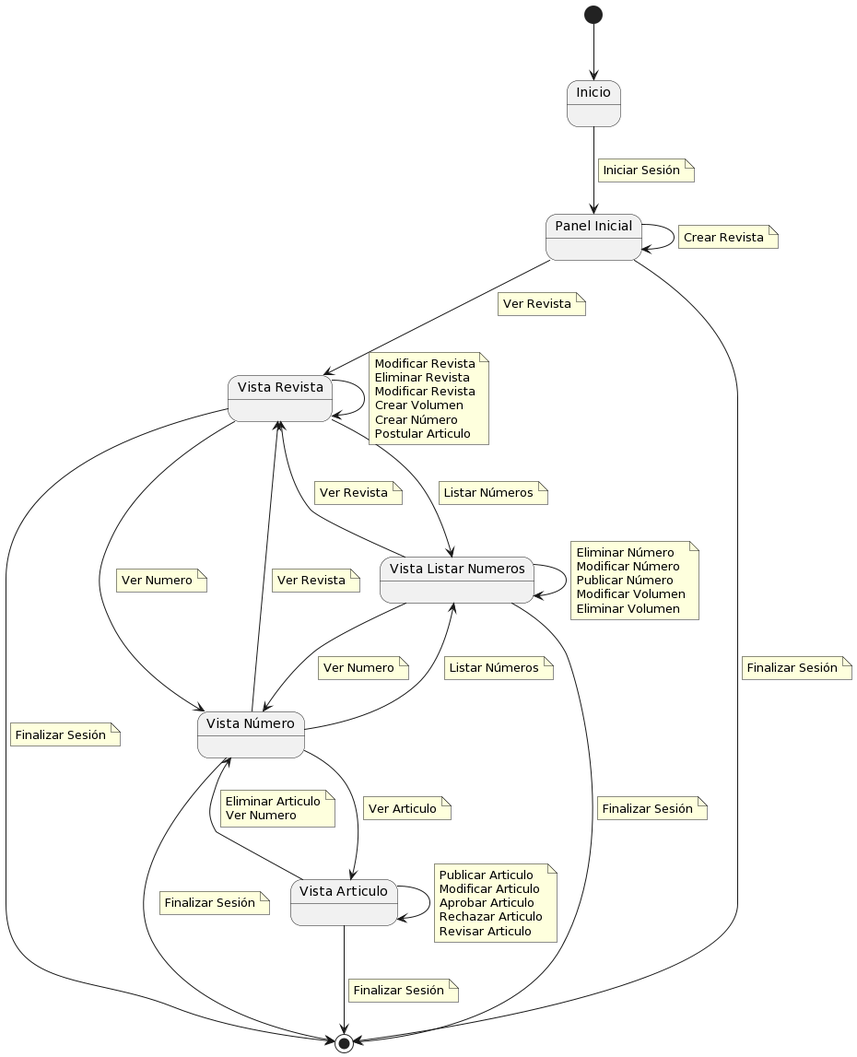
Earlier version of the PlantUML export 000-entregas/Grupo4/ProyectoEditorial/CasosDeUso/EncontrarCasosDeUso/images/DiagramaDeContexto.png (mmasias/IdSw1-22-23).
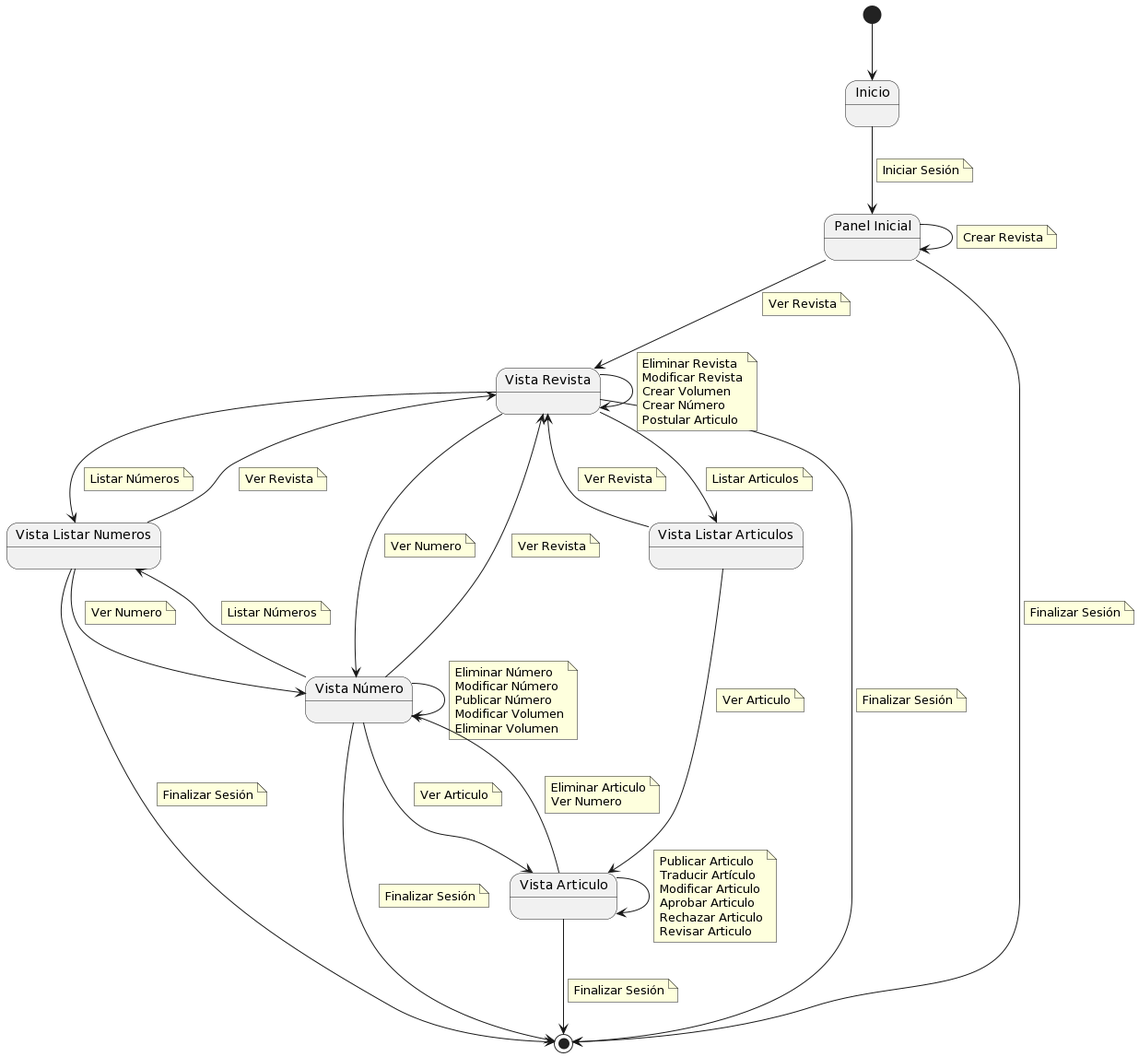
The same file after the commit.

Commit message:
Actualizado detalles de casos de uso y diagrama de contexto

What changed in the source:
```diff
@@ -3,6 +3,7 @@
 State "Panel Inicial" as admin
 State "Vista Revista" as revista
 State "Vista Listar Numeros" as volumenesYNumeros
+State "Vista Listar Articulos" as ListarArticulos
 State "Vista Número" as Articulos
 State "Vista Articulo" as Articulo
 
@@ -75,7 +76,6 @@
 
 revista --> revista
 note on link
-    Modificar Revista
     Eliminar Revista
     Modificar Revista
     Crear Volumen
@@ -83,7 +83,7 @@
     Postular Articulo
 end note
 
-volumenesYNumeros --> volumenesYNumeros
+Articulos --> Articulos
 note on link
     Eliminar Número
     Modificar Número
@@ -107,9 +107,25 @@
 Articulo --> Articulo
 note on link
     Publicar Articulo
+    Traducir Artículo
     Modificar Articulo
     Aprobar Articulo
     Rechazar Articulo
     Revisar Articulo
 end note
+
+revista --> ListarArticulos
+note on link
+    Listar Articulos
+end note
+
+ListarArticulos --> revista
+note on link
+    Ver Revista
+end note
+
+ListarArticulos --> Articulo
+note on link
+    Ver Articulo
+end note
 @enduml
```
